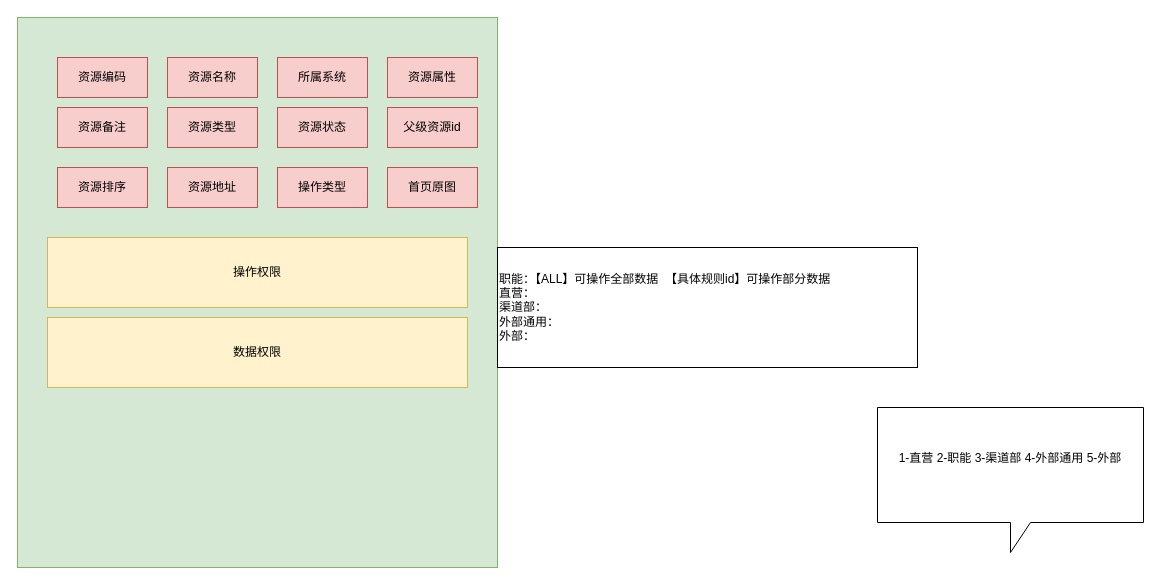
The draw.io diagram AMC.drawio in 18857545022/-, before the edit. Source tidied: cells renumbered, new cells numbered last; positions are measured from the earlier drawing's top-left corner, leaving out a move shared by most shapes. Both pictures are drawn from the tidied source at 100%, with x=0, y=0 at pixel (17, 17).
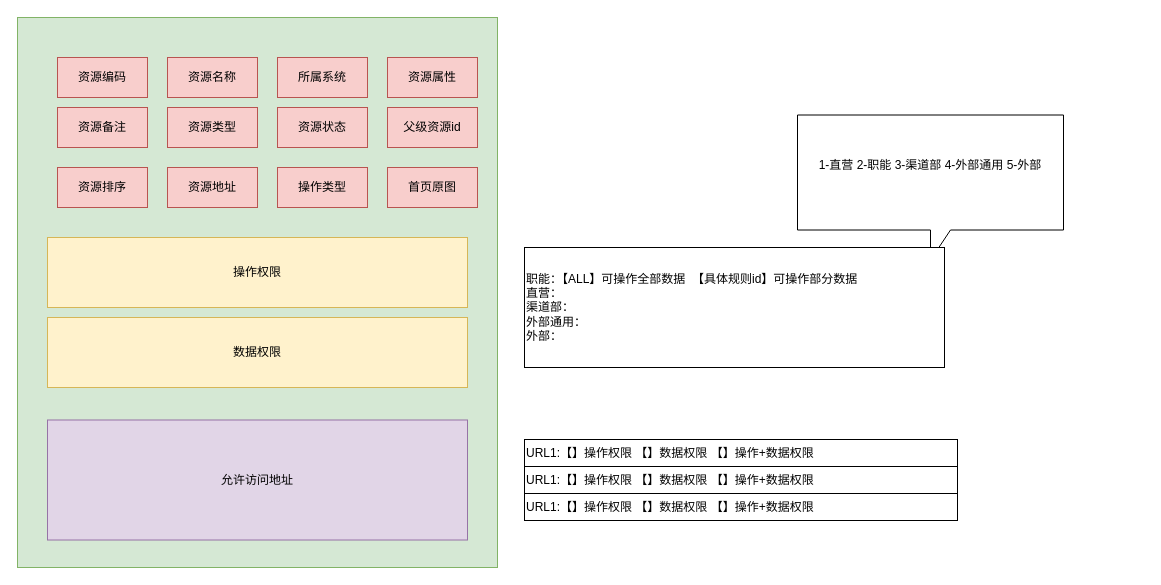
The same diagram, later.

What changed in the source:
```diff
@@
     <mxCell id="17" value="1-直营 2-职能 3-渠道部 4-外部通用 5-外部&lt;br&gt;&lt;br&gt;" style="shape=callout;whiteSpace=wrap;html=1;perimeter=calloutPerimeter;" parent="1" vertex="1">
-      <mxGeometry x="860" y="390" width="266" height="145" as="geometry" />
+      <mxGeometry x="780" y="97.5" width="266" height="145" as="geometry" />
     </mxCell>
     <mxCell id="18" value="职能：【ALL】可操作全部数据&amp;nbsp; 【具体规则id】可操作部分数据&amp;nbsp;&lt;br&gt;直营：&lt;br&gt;渠道部：&lt;br&gt;外部通用：&lt;br&gt;&lt;div style=&quot;&quot;&gt;&lt;span style=&quot;background-color: initial;&quot;&gt;外部：&lt;/span&gt;&lt;/div&gt;" style="rounded=0;whiteSpace=wrap;html=1;align=left;" parent="1" vertex="1">
-      <mxGeometry x="480" y="230" width="420" height="120" as="geometry" />
+      <mxGeometry x="507" y="230" width="420" height="120" as="geometry" />
     </mxCell>
+    <mxCell id="19" value="允许访问地址" style="rounded=0;whiteSpace=wrap;html=1;fillColor=#e1d5e7;strokeColor=#9673a6;" parent="1" vertex="1">
+      <mxGeometry x="30" y="402.5" width="420" height="120" as="geometry" />
+    </mxCell>
+    <mxCell id="20" value="URL1:【】操作权限 【】数据权限 【】操作+数据权限" style="rounded=0;whiteSpace=wrap;html=1;align=left;" parent="1" vertex="1">
+      <mxGeometry x="507" y="422" width="433" height="27" as="geometry" />
+    </mxCell>
+    <mxCell id="21" value="URL1:【】操作权限 【】数据权限 【】操作+数据权限" style="rounded=0;whiteSpace=wrap;html=1;align=left;" parent="1" vertex="1">
+      <mxGeometry x="507" y="449" width="433" height="27" as="geometry" />
+    </mxCell>
+    <mxCell id="22" value="URL1:【】操作权限 【】数据权限 【】操作+数据权限" style="rounded=0;whiteSpace=wrap;html=1;align=left;" parent="1" vertex="1">
+      <mxGeometry x="507" y="476" width="433" height="27" as="geometry" />
+    </mxCell>
```
